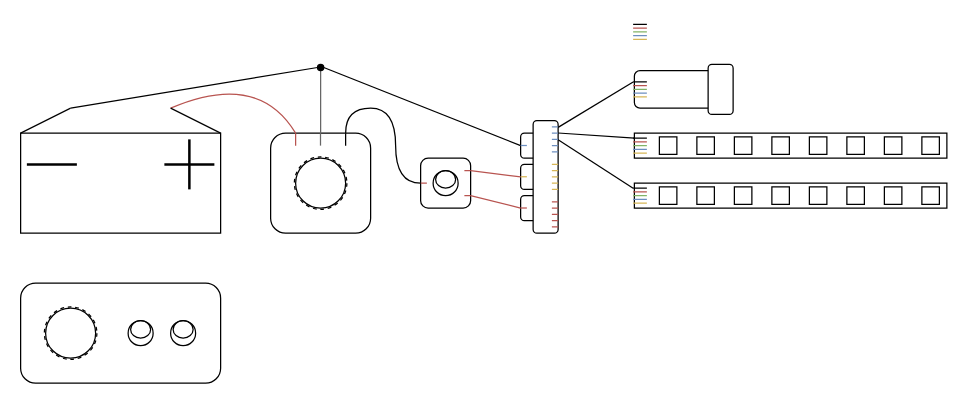
This is led-wiring.drawio from vinas94/drawio, a draw.io file, before an edit. Source tidied: cells renumbered, new cells numbered last; positions are measured from the earlier drawing's top-left corner, leaving out a move shared by most shapes. Both pictures are drawn from the tidied source at 125%, with x=0, y=0 at pixel (20, 20).
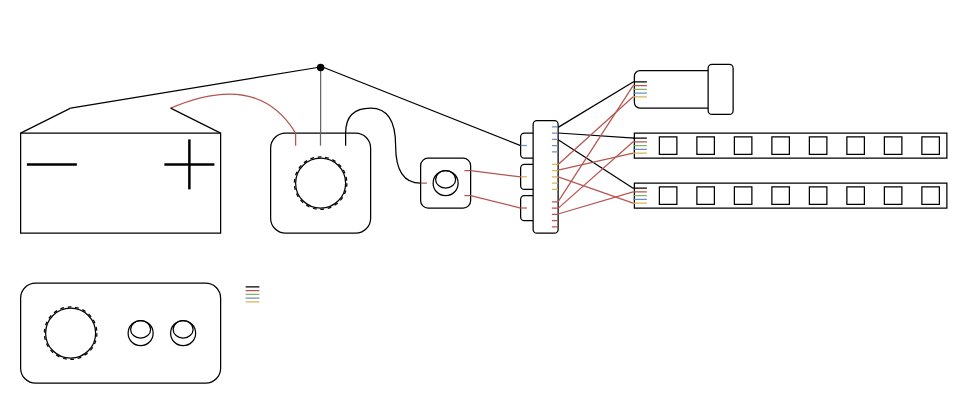
After the change.

Unchanged cells that the change refers to:
```xml
<mxCell id="28" style="rounded=0;whiteSpace=wrap;html=1;strokeColor=none;align=center;verticalAlign=middle;fontFamily=Helvetica;fontSize=12;fontColor=default;fillColor=none;points=[[0,0,0,0,0],[0,0.17,0,0,0],[0,0.33,0,0,0],[0,0.5,0,0,0],[0,0.67,0,0,0],[0,0.83,0,0,0],[0,1,0,0,0],[0.25,0,0,0,0],[0.25,1,0,0,0],[0.5,0,0,0,0],[0.5,1,0,0,0],[0.75,0,0,0,0],[0.75,1,0,0,0],[1,0,0,0,0],[1,0.25,0,0,0],[1,0.5,0,0,0],[1,0.75,0,0,0],[1,1,0,0,0]];" parent="27" vertex="1">
  <mxGeometry width="13" height="18" as="geometry" />
</mxCell>
<mxCell id="58" style="rounded=0;whiteSpace=wrap;html=1;strokeColor=none;align=center;verticalAlign=middle;fontFamily=Helvetica;fontSize=12;fontColor=default;fillColor=none;points=[[0,0,0,0,0],[0,0.17,0,0,0],[0,0.33,0,0,0],[0,0.5,0,0,0],[0,0.67,0,0,0],[0,0.83,0,0,0],[0,1,0,0,0],[0.25,0,0,0,0],[0.25,1,0,0,0],[0.5,0,0,0,0],[0.5,1,0,0,0],[0.75,0,0,0,0],[0.75,1,0,0,0],[1,0,0,0,0],[1,0.25,0,0,0],[1,0.5,0,0,0],[1,0.75,0,0,0],[1,1,0,0,0]];" parent="57" vertex="1">
  <mxGeometry width="13" height="18" as="geometry" />
</mxCell>
<mxCell id="77" style="rounded=1;whiteSpace=wrap;html=1;strokeColor=default;align=center;verticalAlign=middle;fontFamily=Helvetica;fontSize=12;fontColor=default;fillColor=default;points=[[0,0,0,0,0],[0,0.25,0,0,0],[0,0.5,0,0,0],[0,0.75,0,0,0],[0,1,0,0,0],[0.25,0,0,0,0],[0.25,1,0,0,0],[0.5,0,0,0,0],[0.5,1,0,0,0],[0.75,0,0,0,0],[0.75,1,0,0,0],[1,0,0,0,0],[1,0.06,0,0,0],[1,0.11,0,0,0],[1,0.17,0,0,0],[1,0.22,0,0,0],[1,0.28,0,0,0],[1,0.33,0,0,0],[1,0.39,0,0,0],[1,0.44,0,0,0],[1,0.5,0,0,0],[1,0.56,0,0,0],[1,0.61,0,0,0],[1,0.67,0,0,0],[1,0.72,0,0,0],[1,0.78,0,0,0],[1,0.83,0,0,0],[1,0.89,0,0,0],[1,0.94,0,0,0],[1,1,0,0,0]];" parent="74" vertex="1">
  <mxGeometry width="20" height="90" as="geometry" />
</mxCell>
<mxCell id="113" style="rounded=0;whiteSpace=wrap;html=1;strokeColor=none;align=center;verticalAlign=middle;fontFamily=Helvetica;fontSize=12;fontColor=default;fillColor=none;points=[[0,0,0,0,0],[0,0.17,0,0,0],[0,0.33,0,0,0],[0,0.5,0,0,0],[0,0.67,0,0,0],[0,0.83,0,0,0],[0,1,0,0,0],[0.25,0,0,0,0],[0.25,1,0,0,0],[0.5,0,0,0,0],[0.5,1,0,0,0],[0.75,0,0,0,0],[0.75,1,0,0,0],[1,0,0,0,0],[1,0.25,0,0,0],[1,0.5,0,0,0],[1,0.75,0,0,0],[1,1,0,0,0]];" parent="112" vertex="1">
  <mxGeometry width="13" height="18" as="geometry" />
</mxCell>
```

The edit, as a diff of the source:
```diff
@@
     <mxCell id="99" style="group;" parent="1" vertex="1">
-      <mxGeometry x="490" width="13" height="18" as="geometry" />
+      <mxGeometry x="180" y="210" width="13" height="18" as="geometry" />
     </mxCell>
@@
+    <mxCell id="119" style="endArrow=none;html=1;rounded=0;fontFamily=Helvetica;fontSize=12;fontColor=default;exitX=1;exitY=0.39;exitDx=0;exitDy=0;exitPerimeter=0;entryX=0;entryY=0.83;entryDx=0;entryDy=0;entryPerimeter=0;fillColor=#f8cecc;strokeColor=#b85450;" parent="1" edge="1" source="77" target="113">
+      <mxGeometry relative="1" as="geometry" />
+    </mxCell>
+    <mxCell id="120" style="endArrow=none;html=1;rounded=0;fontFamily=Helvetica;fontSize=12;fontColor=default;exitX=1;exitY=0.44;exitDx=0;exitDy=0;exitPerimeter=0;entryX=0;entryY=0.83;entryDx=0;entryDy=0;entryPerimeter=0;fillColor=#f8cecc;strokeColor=#b85450;" parent="1" edge="1" source="77" target="58">
+      <mxGeometry relative="1" as="geometry" />
+    </mxCell>
+    <mxCell id="121" style="endArrow=none;html=1;rounded=0;fontFamily=Helvetica;fontSize=12;fontColor=default;entryX=0;entryY=0.83;entryDx=0;entryDy=0;entryPerimeter=0;exitX=1;exitY=0.5;exitDx=0;exitDy=0;exitPerimeter=0;fillColor=#f8cecc;strokeColor=#b85450;" parent="1" edge="1" source="77" target="28">
+      <mxGeometry relative="1" as="geometry" />
+    </mxCell>
+    <mxCell id="122" style="endArrow=none;html=1;rounded=0;fontFamily=Helvetica;fontSize=12;fontColor=default;entryX=0;entryY=0.33;entryDx=0;entryDy=0;entryPerimeter=0;exitX=1;exitY=0.72;exitDx=0;exitDy=0;exitPerimeter=0;fillColor=#f8cecc;strokeColor=#b85450;" parent="1" edge="1" source="77" target="113">
+      <mxGeometry relative="1" as="geometry" />
+    </mxCell>
+    <mxCell id="123" style="endArrow=none;html=1;rounded=0;fontFamily=Helvetica;fontSize=12;fontColor=default;entryX=0;entryY=0.33;entryDx=0;entryDy=0;entryPerimeter=0;exitX=1;exitY=0.78;exitDx=0;exitDy=0;exitPerimeter=0;fillColor=#f8cecc;strokeColor=#b85450;" parent="1" edge="1" source="77" target="58">
+      <mxGeometry relative="1" as="geometry" />
+    </mxCell>
+    <mxCell id="124" style="endArrow=none;html=1;rounded=0;fontFamily=Helvetica;fontSize=12;fontColor=default;entryX=0;entryY=0.33;entryDx=0;entryDy=0;entryPerimeter=0;exitX=1;exitY=0.83;exitDx=0;exitDy=0;exitPerimeter=0;fillColor=#f8cecc;strokeColor=#b85450;" parent="1" edge="1" source="77" target="28">
+      <mxGeometry relative="1" as="geometry" />
+    </mxCell>
```
